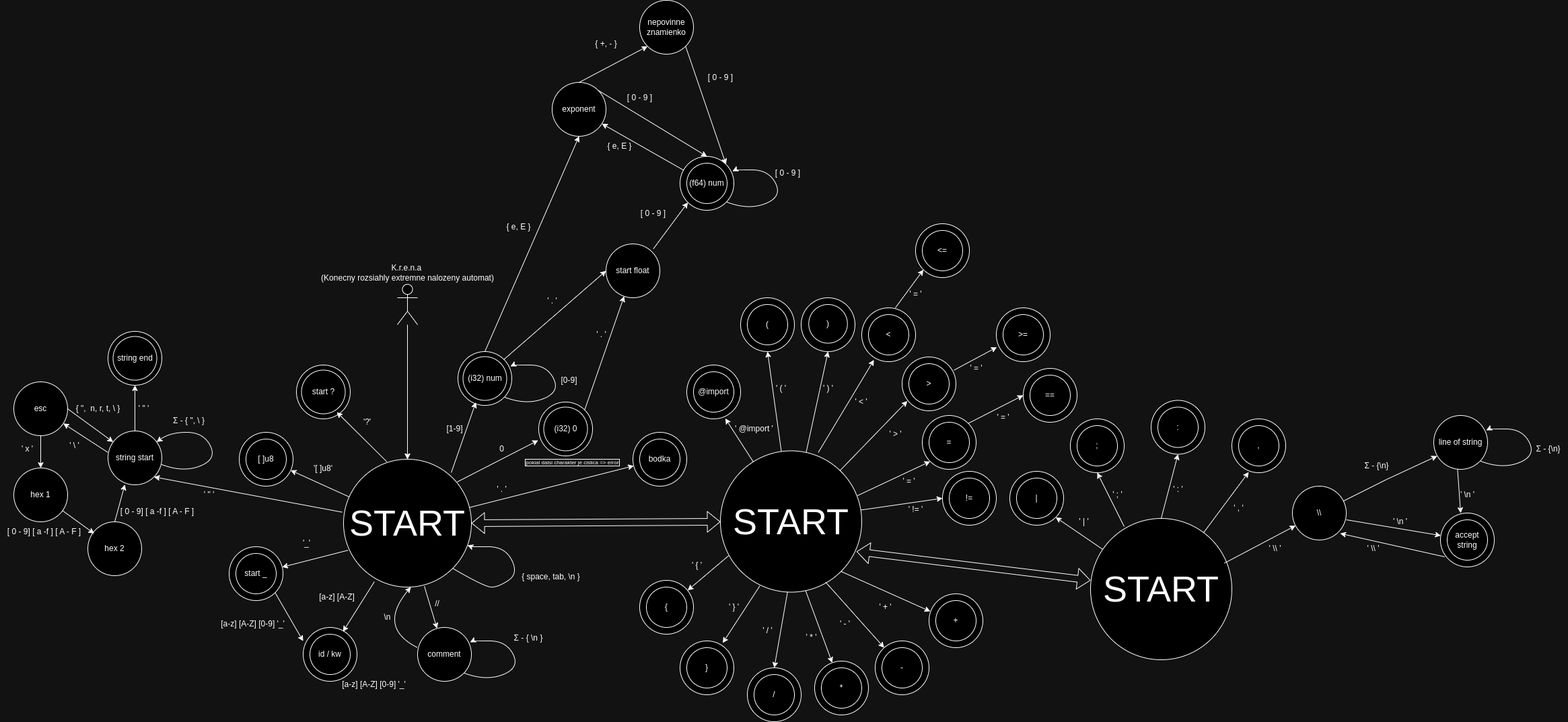
samo538/IFJ24 keeps this draw.io diagram as theory/automata.png. Above is the earlier version. Source tidied: cells renumbered, new cells last; positions are measured from the earlier drawing's top-left corner, leaving out a move shared by most shapes.
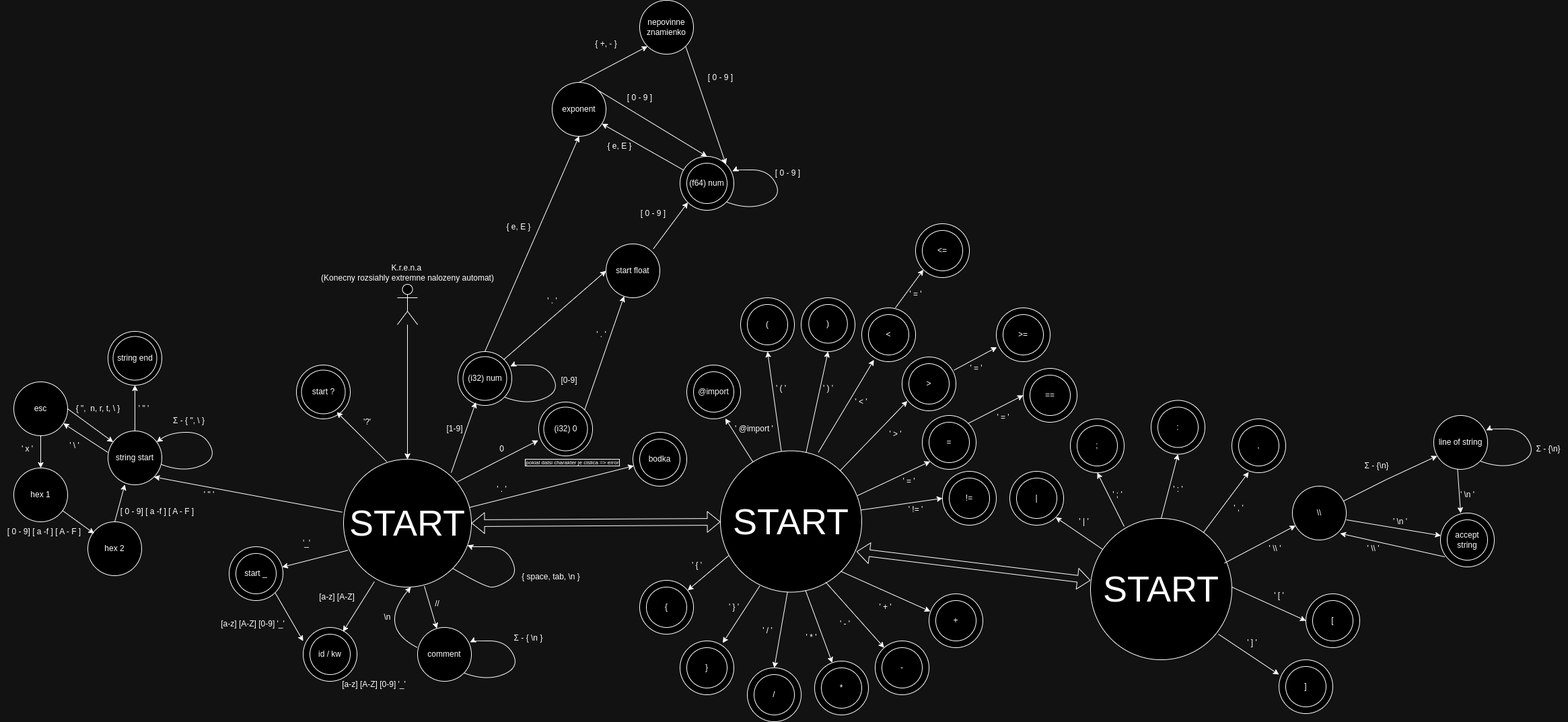
The same file after the commit.

Diff of the diagram source:
```diff
@@ -109,18 +109,6 @@
     <mxCell id="26" value="'?'" style="text;html=1;align=center;verticalAlign=middle;strokeColor=none;fillColor=none;" parent="1" vertex="1">
       <mxGeometry x="530" y="612" width="30" height="30" as="geometry" />
     </mxCell>
-    <mxCell id="27" value="[ ]u8" style="ellipse;whiteSpace=wrap;html=1;" parent="1" vertex="1">
-      <mxGeometry x="355" y="642" width="80" height="80" as="geometry" />
-    </mxCell>
-    <mxCell id="28" style="endArrow=classic;html=1;rounded=0;" parent="1" edge="1" source="2" target="27">
-      <mxGeometry relative="1" as="geometry" />
-    </mxCell>
-    <mxCell id="29" value="'[ ]u8'" style="text;align=center;verticalAlign=middle;strokeColor=none;fillColor=none;" parent="1" vertex="1">
-      <mxGeometry x="455" y="680" width="50" height="30" as="geometry" />
-    </mxCell>
-    <mxCell id="30" value="[ ]u8" style="ellipse;whiteSpace=wrap;html=1;" parent="1" vertex="1">
-      <mxGeometry x="365" y="652" width="60" height="60" as="geometry" />
-    </mxCell>
     <mxCell id="31" value="&lt;span style=&quot;color: rgba(0, 0, 0, 0); font-family: monospace; font-size: 0px; text-align: start;&quot;&gt;%3CmxGraphModel%3E%3Croot%3E%3CmxCell%20id%3D%220%22%2F%3E%3CmxCell%20id%3D%221%22%20parent%3D%220%22%2F%3E%3CmxCell%20id%3D%222%22%20value%3D%22'%5B%20%5Du8'%22%20style%3D%22text%3Balign%3Dcenter%3BverticalAlign%3Dmiddle%3Bresizable%3D0%3Bpoints%3D%5B%5D%3Bautosize%3D1%3BstrokeColor%3Dnone%3BfillColor%3Dnone%3B%22%20vertex%3D%221%22%20parent%3D%221%22%3E%3CmxGeometry%20x%3D%22235%22%20y%3D%22218%22%20width%3D%2250%22%20height%3D%2230%22%20as%3D%22geometry%22%2F%3E%3C%2FmxCell%3E%3C%2Froot%3E%3C%2FmxGraphModel%3E&lt;/span&gt;" style="text;html=1;align=center;verticalAlign=middle;strokeColor=none;fillColor=none;" parent="1" vertex="1">
       <mxGeometry x="410" y="610" width="20" height="30" as="geometry" />
     </mxCell>
@@ -654,5 +642,34 @@
     <mxCell id="194" value="start _" style="ellipse;whiteSpace=wrap;html=1;" parent="1" vertex="1">
       <mxGeometry x="350" y="822" width="60" height="60" as="geometry" />
     </mxCell>
+    <mxCell id="195" style="edgeStyle=none;orthogonalLoop=1;jettySize=auto;html=1;rounded=0;" parent="1" edge="1">
+      <mxGeometry relative="1" as="geometry">
+        <mxPoint x="1830" y="872" as="sourcePoint" />
+        <mxPoint x="1940" y="922" as="targetPoint" />
+      </mxGeometry>
+    </mxCell>
+    <mxCell id="196" style="ellipse;whiteSpace=wrap;html=1;" parent="1" vertex="1">
+      <mxGeometry x="1940" y="882" width="80" height="80" as="geometry" />
+    </mxCell>
+    <mxCell id="197" value="[" style="ellipse;whiteSpace=wrap;html=1;" parent="1" vertex="1">
+      <mxGeometry x="1950" y="892" width="60" height="60" as="geometry" />
+    </mxCell>
+    <mxCell id="198" value="' [ '" style="text;html=1;align=center;verticalAlign=middle;strokeColor=none;fillColor=none;" parent="1" vertex="1">
+      <mxGeometry x="1880" y="870" width="40" height="30" as="geometry" />
+    </mxCell>
+    <mxCell id="199" style="edgeStyle=none;jettySize=auto;html=1;rounded=0;exitX=0.905;exitY=0.819;exitDx=0;exitDy=0;exitPerimeter=0;" parent="1" edge="1" source="143">
+      <mxGeometry relative="1" as="geometry">
+        <mxPoint x="1900" y="1002" as="targetPoint" />
+      </mxGeometry>
+    </mxCell>
+    <mxCell id="200" style="ellipse;whiteSpace=wrap;html=1;" parent="1" vertex="1">
+      <mxGeometry x="1900" y="980" width="80" height="80" as="geometry" />
+    </mxCell>
+    <mxCell id="201" value="]" style="ellipse;whiteSpace=wrap;html=1;" parent="1" vertex="1">
+      <mxGeometry x="1910" y="990" width="60" height="60" as="geometry" />
+    </mxCell>
+    <mxCell id="202" value="' ] '" style="text;html=1;align=center;verticalAlign=middle;strokeColor=none;fillColor=none;" parent="1" vertex="1">
+      <mxGeometry x="1840" y="940" width="40" height="30" as="geometry" />
+    </mxCell>
   </root>
 </mxGraphModel>
```
